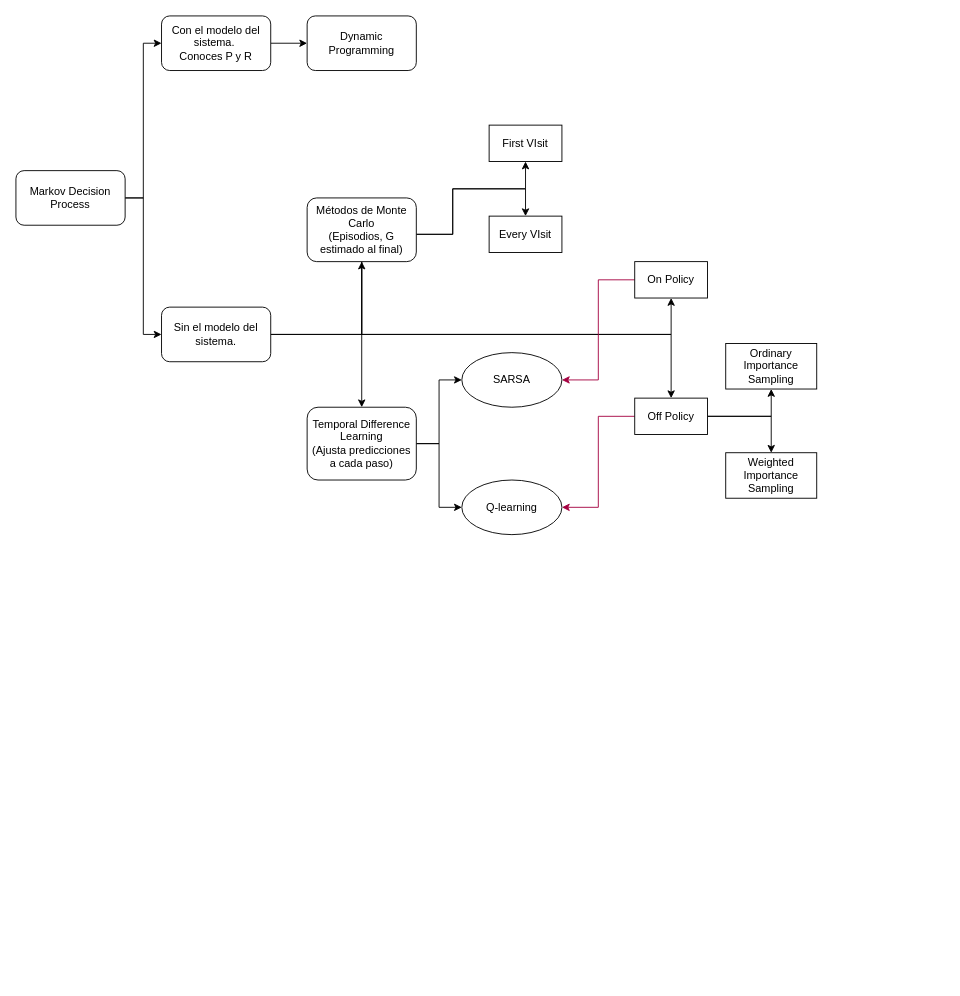
This is Esquema.drawio from Aralk42/Reinforcement-Learning, a draw.io file, before an edit. Source tidied: cells renumbered, new cells numbered last; positions are measured from the earlier drawing's top-left corner, leaving out a move shared by most shapes. Both pictures are drawn from the tidied source at 91%, with x=0, y=0 at pixel (15, 15).
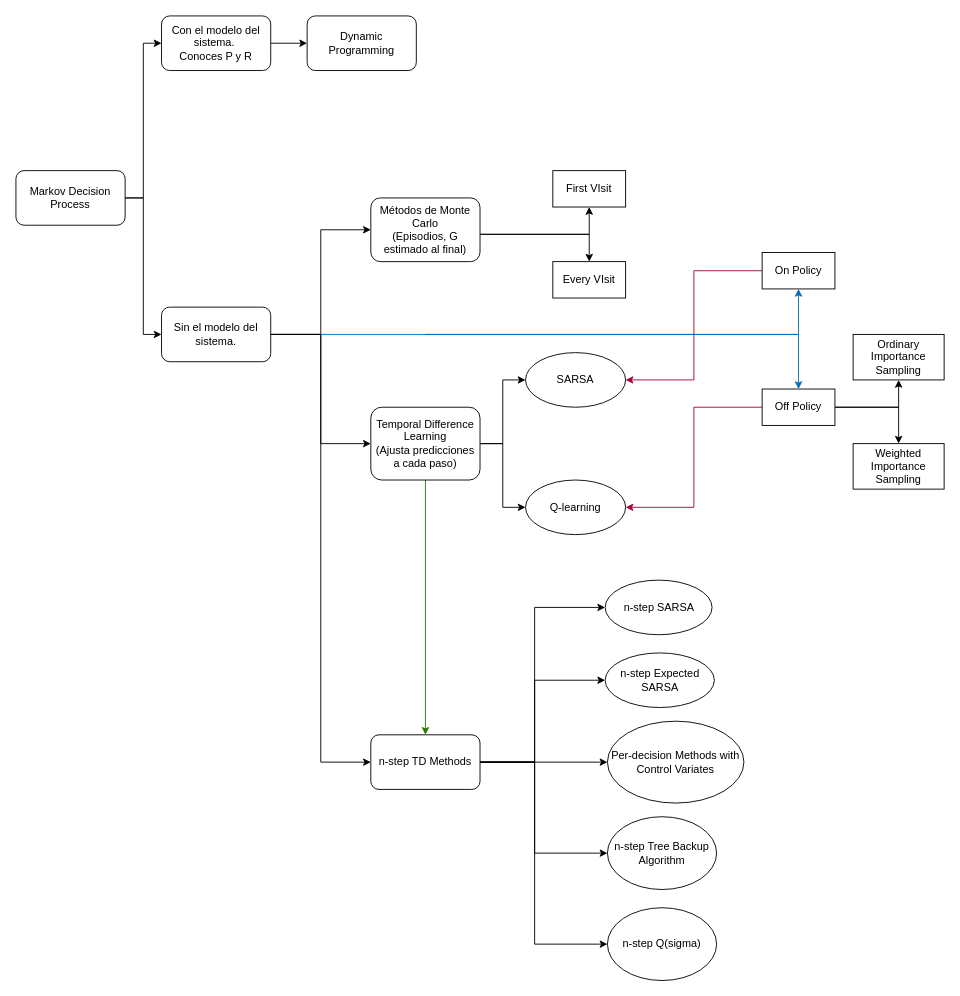
Above is the later version.

Commit message (it also covers changes not shown here):
Esquema RL Classic (wip)

Unchanged cells that the change refers to:
```xml
<mxCell id="9" value="Sin el modelo del sistema." style="rounded=1;whiteSpace=wrap;html=1;" parent="1" vertex="1">
  <mxGeometry x="160" y="320" width="120" height="60" as="geometry" />
</mxCell>
```

What changed in the source:
```diff
@@
+    <mxCell id="8" style="edgeStyle=orthogonalEdgeStyle;rounded=0;jettySize=auto;html=1;entryX=0.5;entryY=1;entryDx=0;entryDy=0;fillColor=#1ba1e2;strokeColor=#006EAF;" parent="1" edge="1" source="9" target="22">
+      <mxGeometry relative="1" as="geometry">
+        <Array as="points">
+          <mxPoint x="860" y="350" />
+        </Array>
+      </mxGeometry>
+    </mxCell>
-    <mxCell id="7" style="edgeStyle=orthogonalEdgeStyle;rounded=0;jettySize=auto;html=1;" parent="1" edge="1" source="9" target="14">
+    <mxCell id="7" style="edgeStyle=orthogonalEdgeStyle;rounded=0;jettySize=auto;html=1;entryX=0;entryY=0.5;entryDx=0;entryDy=0;" parent="1" edge="1" source="9" target="14">
       <mxGeometry relative="1" as="geometry" />
     </mxCell>
-    <mxCell id="8" style="edgeStyle=orthogonalEdgeStyle;rounded=0;jettySize=auto;html=1;entryX=0.5;entryY=1;entryDx=0;entryDy=0;" parent="1" edge="1" source="9" target="22">
-      <mxGeometry relative="1" as="geometry" />
-    </mxCell>
+    <mxCell id="31" style="edgeStyle=orthogonalEdgeStyle;rounded=0;jettySize=auto;html=1;entryX=0;entryY=0.5;entryDx=0;entryDy=0;" parent="1" edge="1" source="9" target="18">
+      <mxGeometry relative="1" as="geometry" />
+    </mxCell>
+    <mxCell id="32" style="edgeStyle=orthogonalEdgeStyle;rounded=0;jettySize=auto;html=1;entryX=0;entryY=0.5;entryDx=0;entryDy=0;" parent="1" edge="1" source="9" target="39">
+      <mxGeometry relative="1" as="geometry" />
+    </mxCell>
@@
-    <mxCell id="10" style="edgeStyle=orthogonalEdgeStyle;rounded=0;jettySize=auto;html=1;" parent="1" edge="1" source="14" target="18">
-      <mxGeometry relative="1" as="geometry" />
-    </mxCell>
     <mxCell id="11" style="edgeStyle=orthogonalEdgeStyle;rounded=0;jettySize=auto;html=1;entryX=0.5;entryY=1;entryDx=0;entryDy=0;" parent="1" edge="1" source="14" target="19">
       <mxGeometry relative="1" as="geometry">
         <Array as="points">
-          <mxPoint x="480" y="240" />
-          <mxPoint x="480" y="190" />
-          <mxPoint x="560" y="190" />
+          <mxPoint x="630" y="240" />
         </Array>
       </mxGeometry>
     </mxCell>
     <mxCell id="12" style="edgeStyle=orthogonalEdgeStyle;rounded=0;jettySize=auto;html=1;entryX=0.5;entryY=0;entryDx=0;entryDy=0;" parent="1" edge="1" source="14" target="20">
       <mxGeometry relative="1" as="geometry">
         <Array as="points">
-          <mxPoint x="480" y="240" />
-          <mxPoint x="480" y="190" />
-          <mxPoint x="560" y="190" />
+          <mxPoint x="630" y="240" />
         </Array>
       </mxGeometry>
     </mxCell>
-    <mxCell id="13" style="edgeStyle=orthogonalEdgeStyle;rounded=0;jettySize=auto;html=1;entryX=0.5;entryY=0;entryDx=0;entryDy=0;" parent="1" edge="1" source="14" target="26">
+    <mxCell id="13" style="edgeStyle=orthogonalEdgeStyle;rounded=0;jettySize=auto;html=1;entryX=0.5;entryY=0;entryDx=0;entryDy=0;fillColor=#1ba1e2;strokeColor=#006EAF;" parent="1" edge="1" target="26">
       <mxGeometry relative="1" as="geometry">
+        <mxPoint x="450" y="350" as="sourcePoint" />
         <Array as="points">
-          <mxPoint x="380" y="350" />
-          <mxPoint x="720" y="350" />
+          <mxPoint x="450" y="350" />
+          <mxPoint x="860" y="350" />
         </Array>
       </mxGeometry>
     </mxCell>
     <mxCell id="14" value="Métodos de Monte Carlo&lt;div&gt;(Episodios, G estimado al final)&lt;/div&gt;" style="rounded=1;whiteSpace=wrap;html=1;" parent="1" vertex="1">
-      <mxGeometry x="320" y="200" width="120" height="70" as="geometry" />
+      <mxGeometry x="390" y="200" width="120" height="70" as="geometry" />
     </mxCell>
@@
+    <mxCell id="33" style="edgeStyle=orthogonalEdgeStyle;rounded=0;jettySize=auto;html=1;fillColor=#60a917;strokeColor=#2D7600;" parent="1" edge="1" source="18" target="39">
+      <mxGeometry relative="1" as="geometry" />
+    </mxCell>
     <mxCell id="18" value="Temporal Difference Learning&lt;div&gt;(Ajusta predicciones a cada paso)&lt;/div&gt;" style="whiteSpace=wrap;html=1;rounded=1;" parent="1" vertex="1">
-      <mxGeometry x="320" y="430" width="120" height="80" as="geometry" />
+      <mxGeometry x="390" y="430" width="120" height="80" as="geometry" />
     </mxCell>
     <mxCell id="19" value="First VIsit" style="rounded=0;whiteSpace=wrap;html=1;" parent="1" vertex="1">
-      <mxGeometry x="520" y="120" width="80" height="40" as="geometry" />
+      <mxGeometry x="590" y="170" width="80" height="40" as="geometry" />
     </mxCell>
     <mxCell id="20" value="Every VIsit" style="rounded=0;whiteSpace=wrap;html=1;" parent="1" vertex="1">
-      <mxGeometry x="520" y="220" width="80" height="40" as="geometry" />
+      <mxGeometry x="590" y="270" width="80" height="40" as="geometry" />
     </mxCell>
@@
     <mxCell id="22" value="On Policy" style="rounded=0;whiteSpace=wrap;html=1;" parent="1" vertex="1">
-      <mxGeometry x="680" y="270" width="80" height="40" as="geometry" />
+      <mxGeometry x="820" y="260" width="80" height="40" as="geometry" />
     </mxCell>
@@
     <mxCell id="26" value="Off Policy" style="rounded=0;whiteSpace=wrap;html=1;" parent="1" vertex="1">
-      <mxGeometry x="680" y="420" width="80" height="40" as="geometry" />
+      <mxGeometry x="820" y="410" width="80" height="40" as="geometry" />
     </mxCell>
     <mxCell id="27" value="Ordinary Importance Sampling" style="whiteSpace=wrap;html=1;rounded=0;" parent="1" vertex="1">
-      <mxGeometry x="780" y="360" width="100" height="50" as="geometry" />
+      <mxGeometry x="920" y="350" width="100" height="50" as="geometry" />
     </mxCell>
     <mxCell id="28" value="Weighted Importance Sampling" style="whiteSpace=wrap;html=1;rounded=0;" parent="1" vertex="1">
-      <mxGeometry x="780" y="480" width="100" height="50" as="geometry" />
+      <mxGeometry x="920" y="470" width="100" height="50" as="geometry" />
     </mxCell>
     <mxCell id="29" value="SARSA" style="ellipse;whiteSpace=wrap;html=1;" parent="1" vertex="1">
-      <mxGeometry x="490" y="370" width="110" height="60" as="geometry" />
+      <mxGeometry x="560" y="370" width="110" height="60" as="geometry" />
     </mxCell>
     <mxCell id="30" value="Q-learning" style="ellipse;whiteSpace=wrap;html=1;" parent="1" vertex="1">
-      <mxGeometry x="490" y="510" width="110" height="60" as="geometry" />
+      <mxGeometry x="560" y="510" width="110" height="60" as="geometry" />
     </mxCell>
+    <mxCell id="34" style="edgeStyle=orthogonalEdgeStyle;rounded=0;jettySize=auto;html=1;entryX=0;entryY=0.5;entryDx=0;entryDy=0;" parent="1" edge="1" source="39" target="44">
+      <mxGeometry relative="1" as="geometry">
+        <Array as="points">
+          <mxPoint x="570" y="820" />
+          <mxPoint x="570" y="650" />
+        </Array>
+      </mxGeometry>
+    </mxCell>
+    <mxCell id="35" style="edgeStyle=orthogonalEdgeStyle;rounded=0;jettySize=auto;html=1;entryX=0;entryY=0.5;entryDx=0;entryDy=0;" parent="1" edge="1" source="39" target="40">
+      <mxGeometry relative="1" as="geometry" />
+    </mxCell>
+    <mxCell id="36" style="edgeStyle=orthogonalEdgeStyle;rounded=0;jettySize=auto;html=1;entryX=0;entryY=0.5;entryDx=0;entryDy=0;" parent="1" edge="1" source="39" target="43">
+      <mxGeometry relative="1" as="geometry">
+        <Array as="points">
+          <mxPoint x="570" y="820" />
+          <mxPoint x="570" y="730" />
+        </Array>
+      </mxGeometry>
+    </mxCell>
+    <mxCell id="37" style="edgeStyle=orthogonalEdgeStyle;rounded=0;jettySize=auto;html=1;entryX=0;entryY=0.5;entryDx=0;entryDy=0;" parent="1" edge="1" source="39" target="41">
+      <mxGeometry relative="1" as="geometry">
+        <Array as="points">
+          <mxPoint x="570" y="820" />
+          <mxPoint x="570" y="920" />
+        </Array>
+      </mxGeometry>
+    </mxCell>
+    <mxCell id="38" style="edgeStyle=orthogonalEdgeStyle;rounded=0;jettySize=auto;html=1;entryX=0;entryY=0.5;entryDx=0;entryDy=0;" parent="1" edge="1" source="39" target="42">
+      <mxGeometry relative="1" as="geometry">
+        <Array as="points">
+          <mxPoint x="570" y="820" />
+          <mxPoint x="570" y="1020" />
+        </Array>
+      </mxGeometry>
+    </mxCell>
+    <mxCell id="39" value="n-step TD Methods" style="rounded=1;whiteSpace=wrap;html=1;" parent="1" vertex="1">
+      <mxGeometry x="390" y="790" width="120" height="60" as="geometry" />
+    </mxCell>
+    <mxCell id="40" value="Per-decision Methods with Control Variates" style="ellipse;whiteSpace=wrap;html=1;" parent="1" vertex="1">
+      <mxGeometry x="650" y="775" width="150" height="90" as="geometry" />
+    </mxCell>
+    <mxCell id="41" value="n-step Tree Backup Algorithm" style="ellipse;whiteSpace=wrap;html=1;" parent="1" vertex="1">
+      <mxGeometry x="650" y="880" width="120" height="80" as="geometry" />
+    </mxCell>
+    <mxCell id="42" value="n-step Q(sigma)" style="ellipse;whiteSpace=wrap;html=1;" parent="1" vertex="1">
+      <mxGeometry x="650" y="980" width="120" height="80" as="geometry" />
+    </mxCell>
+    <mxCell id="43" value="n-step Expected SARSA" style="ellipse;whiteSpace=wrap;html=1;" parent="1" vertex="1">
+      <mxGeometry x="647.5" y="700" width="120" height="60" as="geometry" />
+    </mxCell>
+    <mxCell id="44" value="n-step SARSA" style="ellipse;whiteSpace=wrap;html=1;" parent="1" vertex="1">
+      <mxGeometry x="647.5" y="620" width="117.5" height="60" as="geometry" />
+    </mxCell>
```
